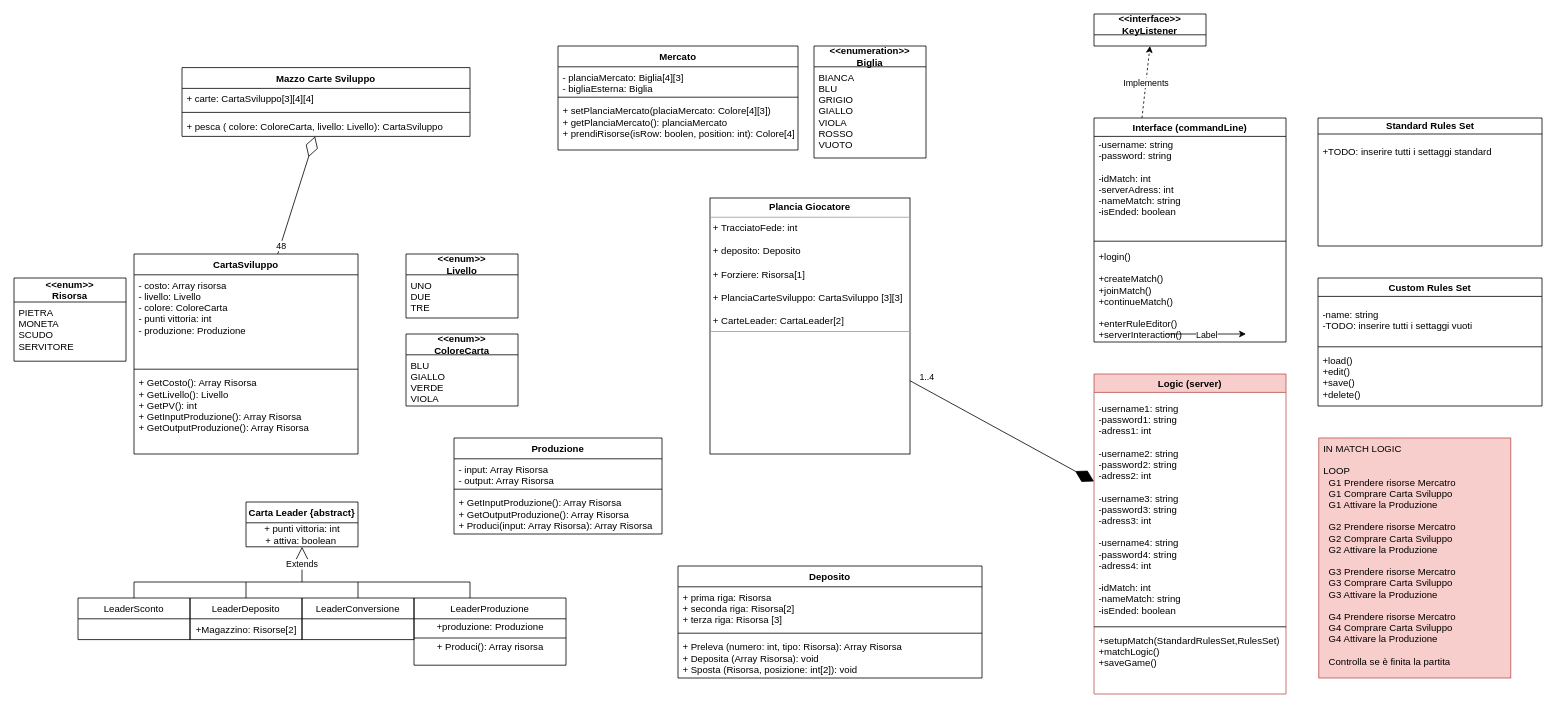
Earlier version of the draw.io diagram Untitled Diagram.drawio (DavideLancini/ing-sw-2021-Lancini-Gilli-Frigerio). Source tidied: cells renumbered, new cells numbered last; positions are measured from the earlier drawing's top-left corner, leaving out a move shared by most shapes. Both pictures are drawn from the tidied source at 80%, with x=0, y=0 at pixel (14, 14).
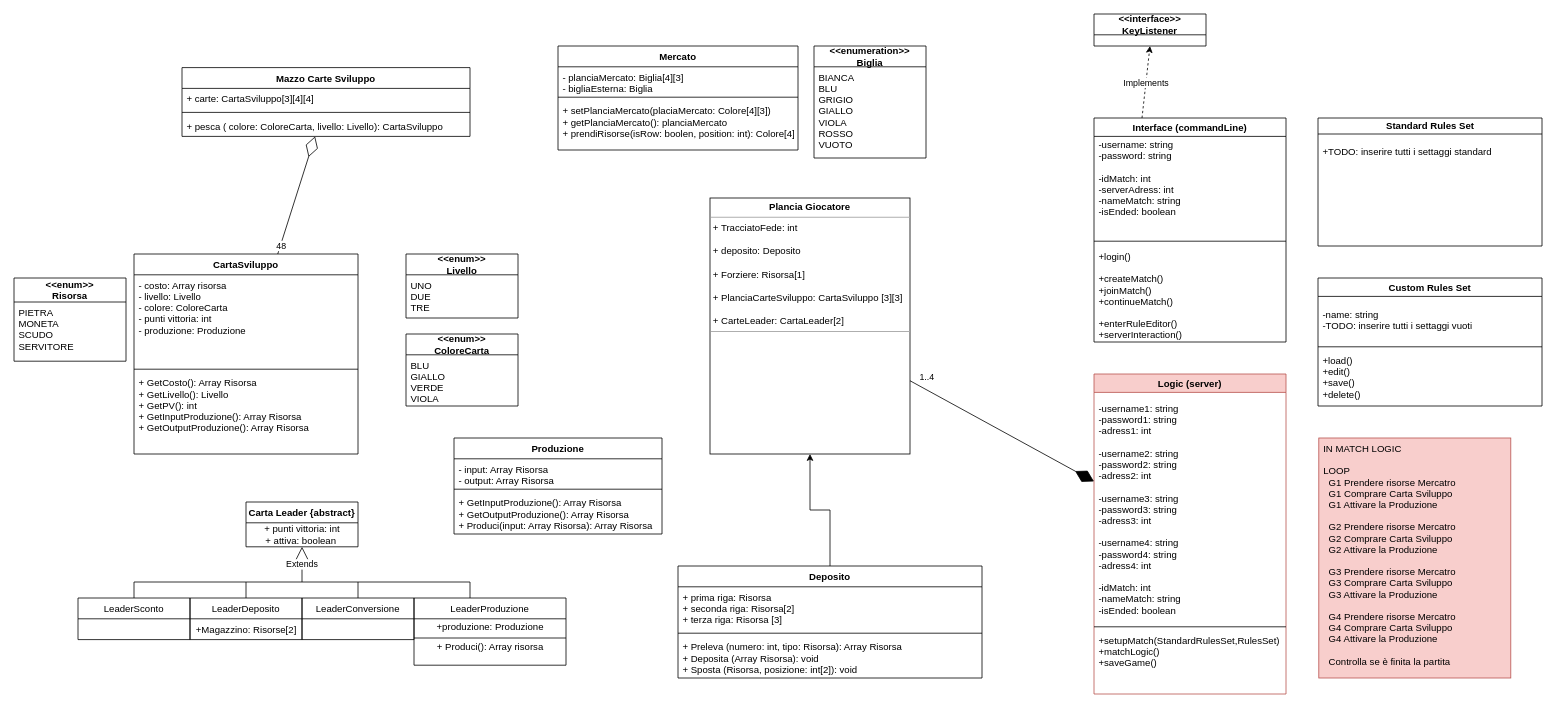
The same diagram, later.

Unchanged cells that the change refers to:
```xml
<mxCell id="6" value="&lt;p style=&quot;margin: 0px ; margin-top: 4px ; text-align: center&quot;&gt;&lt;b&gt;Plancia Giocatore&lt;/b&gt;&lt;/p&gt;&lt;hr size=&quot;1&quot;&gt;&lt;p style=&quot;margin: 0px ; margin-left: 4px&quot;&gt;+ TracciatoFede: int&lt;/p&gt;&lt;p style=&quot;margin: 0px ; margin-left: 4px&quot;&gt;&lt;br&gt;&lt;/p&gt;&lt;p style=&quot;margin: 0px ; margin-left: 4px&quot;&gt;+ deposito: Deposito&lt;/p&gt;&lt;p style=&quot;margin: 0px ; margin-left: 4px&quot;&gt;&lt;br&gt;&lt;/p&gt;&lt;p style=&quot;margin: 0px ; margin-left: 4px&quot;&gt;+ Forziere: Risorsa[1]&lt;/p&gt;&lt;p style=&quot;margin: 0px ; margin-left: 4px&quot;&gt;&lt;br&gt;&lt;/p&gt;&lt;p style=&quot;margin: 0px ; margin-left: 4px&quot;&gt;+ PlanciaCarteSviluppo: CartaSviluppo [3][3]&lt;/p&gt;&lt;p style=&quot;margin: 0px ; margin-left: 4px&quot;&gt;&lt;br&gt;&lt;/p&gt;&lt;p style=&quot;margin: 0px ; margin-left: 4px&quot;&gt;+ CarteLeader: CartaLeader[2]&lt;/p&gt;&lt;hr size=&quot;1&quot;&gt;&lt;p style=&quot;margin: 0px ; margin-left: 4px&quot;&gt;&lt;br&gt;&lt;/p&gt;" style="verticalAlign=top;align=left;overflow=fill;fontSize=12;fontFamily=Helvetica;html=1;" parent="1" vertex="1">
  <mxGeometry x="870" y="230" width="250" height="320" as="geometry" />
</mxCell>
<mxCell id="63" value="Deposito" style="swimlane;fontStyle=1;align=center;verticalAlign=top;horizontal=1;startSize=26;" parent="1" vertex="1">
  <mxGeometry x="830" y="690" width="380" height="140" as="geometry" />
</mxCell>
```

What changed in the source:
```diff
@@
+    <mxCell id="71" style="edgeStyle=orthogonalEdgeStyle;rounded=0;jettySize=auto;html=1;exitX=0.5;exitY=0;exitDx=0;exitDy=0;" parent="1" edge="1" source="63" target="6">
+      <mxGeometry relative="1" as="geometry" />
+    </mxCell>
@@
-    <mxCell id="67" style="endArrow=classic;html=1;" parent="1" edge="1">
-      <mxGeometry relative="1" as="geometry">
-        <mxPoint x="1440" y="400" as="sourcePoint" />
-        <mxPoint x="1540" y="400" as="targetPoint" />
-      </mxGeometry>
-    </mxCell>
-    <mxCell id="68" value="Label" style="edgeLabel;html=1;align=center;verticalAlign=middle;" parent="67" vertex="1">
-      <mxGeometry relative="1" as="geometry" />
-    </mxCell>
```
